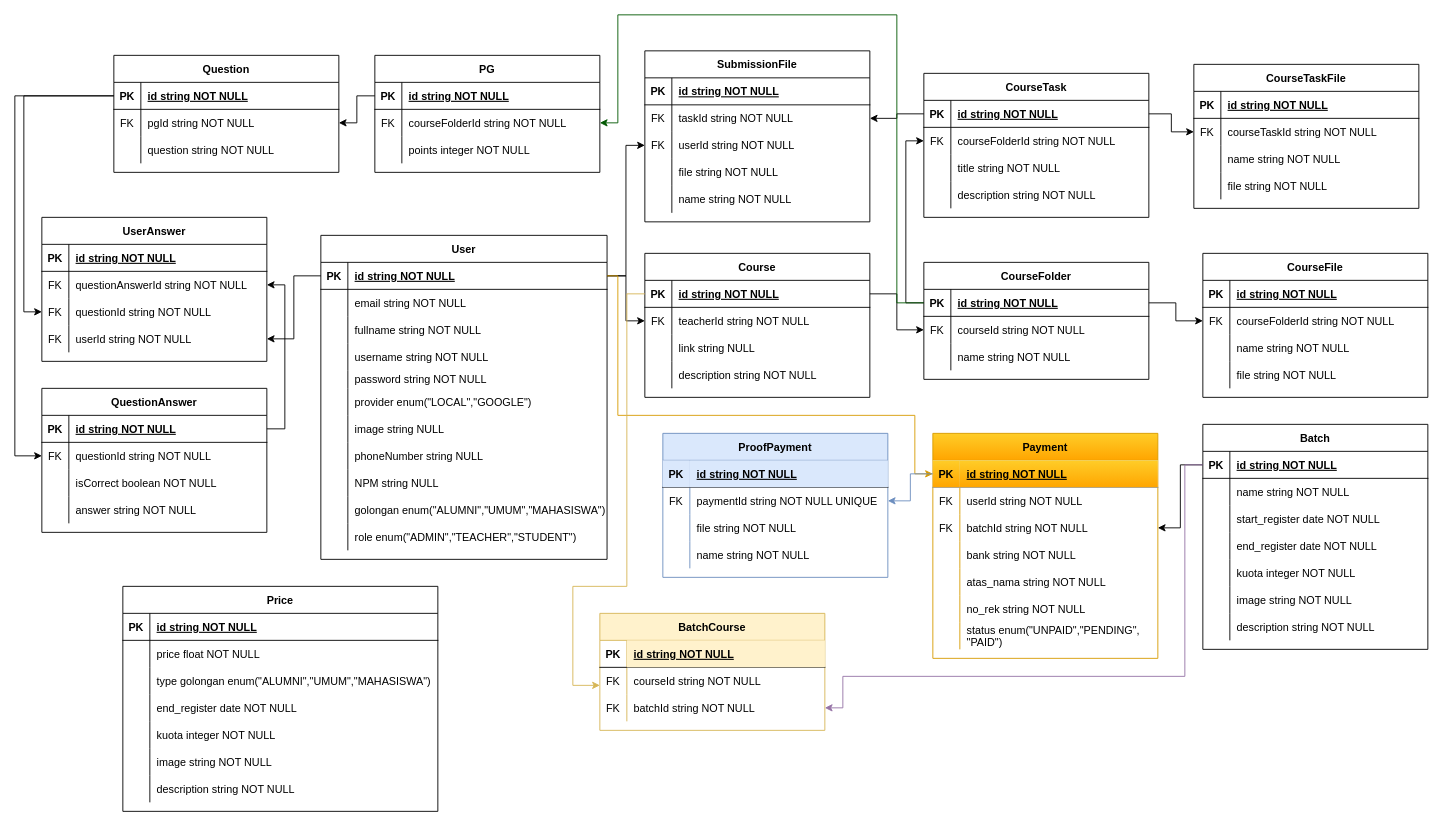
Ashafaatadhis/brevet-rest-api keeps this draw.io diagram as brevet-v2.drawio. Above is the earlier version. Source tidied: cells renumbered, new cells numbered last; positions are measured from the earlier drawing's top-left corner, leaving out a move shared by most shapes. Both pictures are drawn from the tidied source at 90%, with x=0, y=0 at pixel (14, 14).
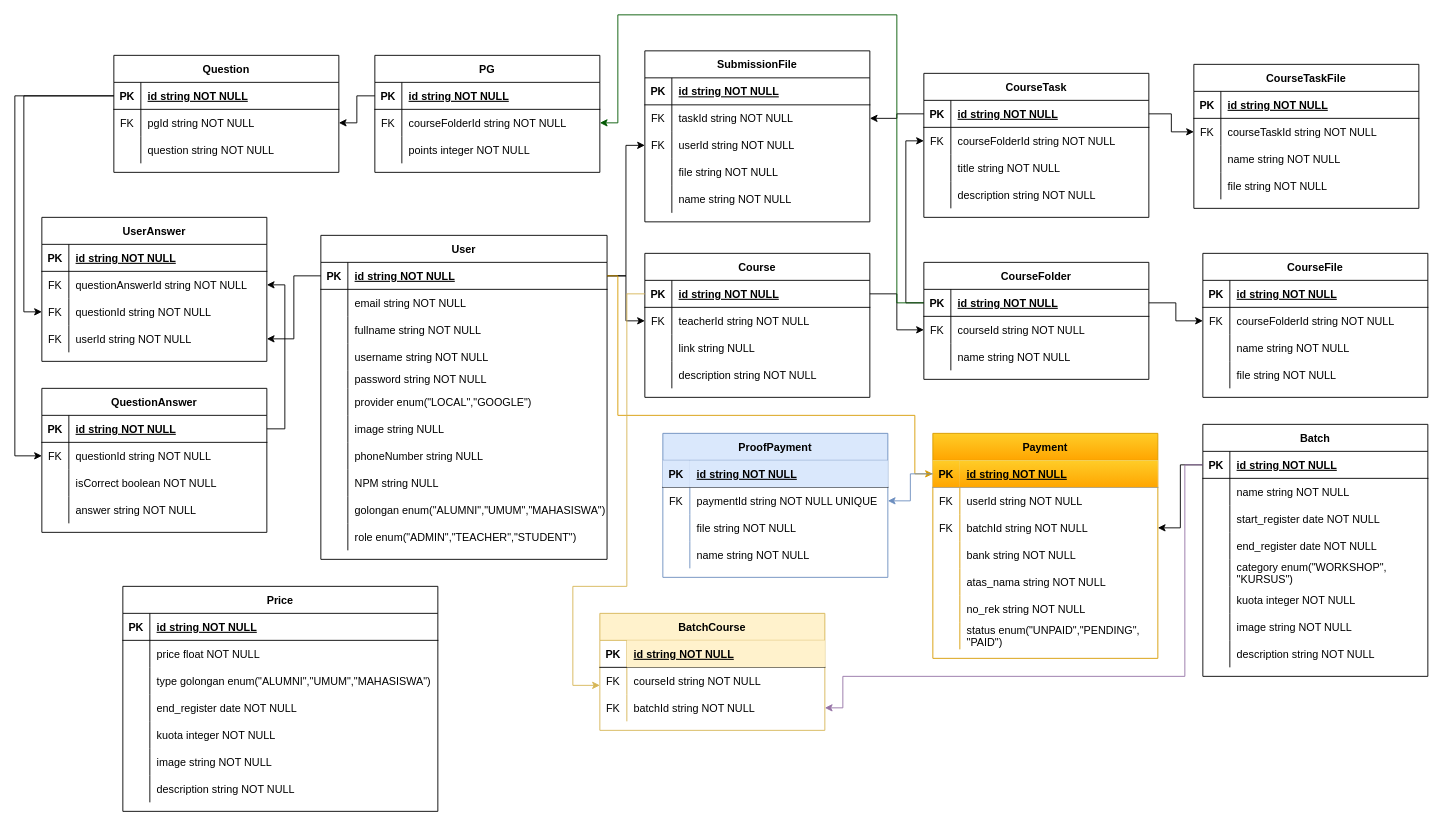
After the change.

What changed in the source:
```diff
@@
     <mxCell id="2" value="Batch" style="shape=table;startSize=30;childLayout=tableLayout;rowLines=0;fontStyle=1;align=center;" parent="1" vertex="1">
-      <mxGeometry x="1320" y="455" width="250" height="250" as="geometry" />
+      <mxGeometry x="1320" y="455" width="250" height="280" as="geometry" />
     </mxCell>
@@
+    <mxCell id="268" style="shape=partialRectangle;fillColor=none;top=0;left=0;right=0;bottom=0;" parent="2" vertex="1">
+      <mxGeometry y="150" width="250" height="30" as="geometry" />
+    </mxCell>
+    <mxCell id="269" style="shape=partialRectangle;overflow=hidden;fillColor=none;top=0;left=0;bottom=0;right=0;" parent="268" vertex="1">
+      <mxGeometry width="30" height="30" as="geometry" />
+    </mxCell>
+    <mxCell id="270" value="category enum(&quot;WORKSHOP&quot;,&#10;&quot;KURSUS&quot;)" style="shape=partialRectangle;overflow=hidden;fillColor=none;top=0;left=0;bottom=0;right=0;align=left;spacingLeft=6;" parent="268" vertex="1">
+      <mxGeometry x="30" width="220" height="30" as="geometry" />
+    </mxCell>
     <mxCell id="15" style="shape=partialRectangle;fillColor=none;top=0;left=0;right=0;bottom=0;" parent="2" vertex="1">
-      <mxGeometry y="150" width="250" height="30" as="geometry" />
+      <mxGeometry y="180" width="250" height="30" as="geometry" />
     </mxCell>
@@
     <mxCell id="18" style="shape=partialRectangle;fillColor=none;top=0;left=0;right=0;bottom=0;" parent="2" vertex="1">
-      <mxGeometry y="180" width="250" height="30" as="geometry" />
+      <mxGeometry y="210" width="250" height="30" as="geometry" />
     </mxCell>
@@
     <mxCell id="21" style="shape=partialRectangle;fillColor=none;top=0;left=0;right=0;bottom=0;" parent="2" vertex="1">
-      <mxGeometry y="210" width="250" height="30" as="geometry" />
+      <mxGeometry y="240" width="250" height="30" as="geometry" />
     </mxCell>
```
